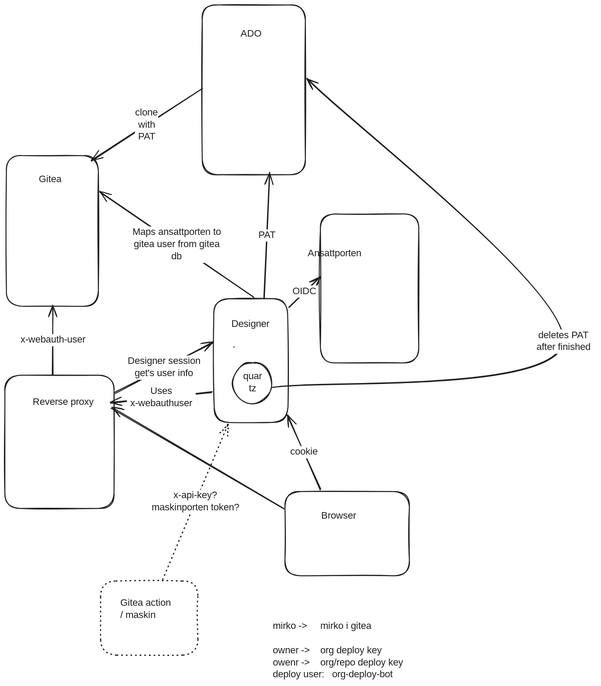
Before: docs/diagrams/proxy-architecture.excalidraw.svg, a diagram exported from Excalidraw (Altinn/altinn-studio). Source tidied: one line per element, renumbered; positions are measured from the earlier drawing's top-left corner, leaving out a move shared by most shapes. Its diagram source:
```json
{"id": 0, "type": "rectangle", "strokeColor": "#1e1e1e", "angle": 6.28, "strokeWidth": 2, "roughness": 1, "round": true, "x": 430, "y": 605, "width": 152, "height": 255}
{"id": 1, "type": "rectangle", "strokeColor": "#1e1e1e", "strokeWidth": 2, "roughness": 1, "round": true, "x": 649, "y": 430, "width": 202, "height": 306}
{"id": 2, "type": "rectangle", "strokeColor": "#1e1e1e", "strokeWidth": 2, "roughness": 1, "round": true, "x": 3, "y": 310, "width": 189, "height": 310}
{"id": 3, "type": "rectangle", "strokeColor": "#1e1e1e", "strokeWidth": 2, "strokeStyle": "dotted", "roughness": 1, "round": true, "x": 197, "y": 1186, "width": 200, "height": 153}
{"id": 4, "type": "rectangle", "strokeColor": "#1e1e1e", "strokeWidth": 2, "roughness": 1, "round": true, "x": 576, "y": 1001, "width": 256, "height": 173}
{"id": 5, "type": "rectangle", "strokeColor": "#1e1e1e", "angle": 6.28, "strokeWidth": 2, "roughness": 1, "round": true, "x": 472, "y": 704, "width": 0, "height": 0}
{"id": 6, "type": "text", "text": "Ansattporten", "strokeColor": "#1e1e1e", "strokeWidth": 2, "roughness": 1, "fontSize": 20, "fontFamily": 5, "x": 623, "y": 500, "width": 132, "height": 25}
{"id": 7, "type": "text", "text": "Designer", "strokeColor": "#1e1e1e", "angle": 6.28, "strokeWidth": 2, "roughness": 1, "fontSize": 20, "fontFamily": 5, "x": 466, "y": 645, "width": 83, "height": 25}
{"id": 8, "type": "text", "text": "Gitea", "strokeColor": "#1e1e1e", "strokeWidth": 2, "roughness": 1, "fontSize": 20, "fontFamily": 5, "x": 70, "y": 347, "width": 54, "height": 25}
{"id": 9, "type": "text", "text": "Browser", "strokeColor": "#1e1e1e", "strokeWidth": 2, "roughness": 1, "fontSize": 20, "fontFamily": 5, "x": 651, "y": 1040, "width": 79, "height": 25}
{"id": 10, "type": "text", "text": "Gitea action\n/ maskin", "strokeColor": "#1e1e1e", "strokeWidth": 2, "roughness": 1, "fontSize": 20, "fontFamily": 5, "x": 237, "y": 1219, "width": 122, "height": 50}
{"id": 11, "type": "arrow", "strokeColor": "#1e1e1e", "strokeWidth": 2, "roughness": 1, "endArrowhead": "arrow", "round": true, "from": 0, "to": 1, "x": 585, "y": 622, "width": 64, "height": 63, "points": [[0, 0], [64, -63]]}
{"id": 12, "type": "text", "text": "OIDC", "strokeColor": "#1e1e1e", "strokeWidth": 2, "roughness": 1, "fontSize": 20, "fontFamily": 5, "textAlign": "center", "verticalAlign": "middle", "inside": 11, "x": 566, "y": 595, "width": 54, "height": 25}
{"id": 13, "type": "arrow", "strokeColor": "#1e1e1e", "strokeWidth": 2, "roughness": 1, "endArrowhead": "arrow", "round": true, "from": 4, "to": 0, "x": 650, "y": 997, "width": 69, "height": 153, "points": [[0, 0], [-69, -153]]}
{"id": 14, "type": "text", "text": "cookie", "strokeColor": "#1e1e1e", "strokeWidth": 2, "roughness": 1, "fontSize": 20, "fontFamily": 5, "textAlign": "center", "verticalAlign": "middle", "inside": 13, "x": 547, "y": 907, "width": 60, "height": 25}
{"id": 15, "type": "rectangle", "strokeColor": "#1e1e1e", "strokeWidth": 2, "roughness": 1, "round": true, "x": 0, "y": 762, "width": 225, "height": 274}
{"id": 16, "type": "text", "text": "Reverse proxy", "strokeColor": "#1e1e1e", "strokeWidth": 2, "roughness": 1, "fontSize": 20, "fontFamily": 5, "x": 58, "y": 805, "width": 138, "height": 25}
{"id": 17, "type": "arrow", "strokeColor": "#1e1e1e", "strokeWidth": 2, "roughness": 1, "endArrowhead": "arrow", "round": true, "from": 0, "to": 2, "x": 512, "y": 602, "width": 317, "height": 218, "points": [[0, 0], [-317, -218]]}
{"id": 18, "type": "text", "text": "Maps ansattporten to\ngitea user from gitea\ndb", "strokeColor": "#1e1e1e", "strokeWidth": 2, "roughness": 1, "fontSize": 20, "fontFamily": 5, "textAlign": "center", "verticalAlign": "middle", "inside": 17, "x": 238, "y": 446, "width": 218, "height": 75}
{"id": 19, "type": "arrow", "strokeColor": "#1e1e1e", "strokeWidth": 2, "roughness": 1, "endArrowhead": "arrow", "round": true, "from": 4, "to": 15, "x": 573, "y": 1037, "width": 354, "height": 208, "points": [[0, 0], [-354, -208]]}
{"id": 20, "type": "arrow", "strokeColor": "#1e1e1e", "strokeWidth": 2, "roughness": 1, "endArrowhead": "arrow", "round": true, "from": 15, "to": 0, "x": 226, "y": 799, "width": 204, "height": 104, "points": [[0, 0], [204, -104]]}
{"id": 21, "type": "text", "text": "Designer session\nget's user info", "strokeColor": "#1e1e1e", "strokeWidth": 2, "roughness": 1, "fontSize": 20, "fontFamily": 5, "textAlign": "center", "verticalAlign": "middle", "inside": 20, "x": 247, "y": 722, "width": 161, "height": 50}
{"id": 22, "type": "arrow", "strokeColor": "#1e1e1e", "strokeWidth": 2, "roughness": 1, "endArrowhead": "arrow", "round": true, "from": 15, "to": 2, "x": 99, "y": 760, "width": 0, "height": 141, "points": [[0, 0], [0, -141]]}
{"id": 23, "type": "text", "text": "x-webauth-user", "strokeColor": "#1e1e1e", "strokeWidth": 2, "roughness": 1, "fontSize": 20, "fontFamily": 5, "textAlign": "center", "verticalAlign": "middle", "inside": 22, "x": 24, "y": 677, "width": 150, "height": 25}
{"id": 24, "type": "arrow", "strokeColor": "#1e1e1e", "strokeWidth": 2, "strokeStyle": "dotted", "roughness": 1, "endArrowhead": "arrow", "round": true, "from": 3, "to": 0, "x": 325, "y": 1183, "width": 133, "height": 321, "points": [[0, 0], [133, -321]]}
{"id": 25, "type": "text", "text": "x-api-key?\nmaskinporten token?", "strokeColor": "#1e1e1e", "strokeWidth": 2, "roughness": 1, "fontSize": 20, "fontFamily": 5, "textAlign": "center", "verticalAlign": "middle", "inside": 24, "x": 292, "y": 990, "width": 198, "height": 50}
{"id": 26, "type": "text", "text": "mirko ->     mirko i gitea\n\nowner ->    org deploy key\nowenr ->    org/repo deploy key\ndeploy user:   org-deploy-bot", "strokeColor": "#1e1e1e", "strokeWidth": 2, "strokeStyle": "dotted", "roughness": 1, "fontSize": 20, "fontFamily": 5, "x": 552, "y": 1267, "width": 306, "height": 125}
{"id": 27, "type": "rectangle", "strokeColor": "#1e1e1e", "strokeWidth": 2, "roughness": 1, "round": true, "x": 406, "y": 0, "width": 212, "height": 349}
{"id": 28, "type": "text", "text": "ADO", "strokeColor": "#1e1e1e", "strokeWidth": 2, "roughness": 1, "fontSize": 20, "fontFamily": 5, "x": 485, "y": 47, "width": 44, "height": 25}
{"id": 29, "type": "arrow", "strokeColor": "#1e1e1e", "strokeWidth": 2, "roughness": 1, "endArrowhead": "arrow", "round": true, "from": 0, "to": 27, "x": 533, "y": 604, "width": 12, "height": 259, "points": [[0, 0], [12, -259]]}
{"id": 30, "type": "text", "text": "PAT", "strokeColor": "#1e1e1e", "strokeWidth": 2, "roughness": 1, "fontSize": 20, "fontFamily": 5, "textAlign": "center", "verticalAlign": "middle", "inside": 29, "x": 518, "y": 462, "width": 42, "height": 25}
{"id": 31, "type": "ellipse", "strokeColor": "#1e1e1e", "strokeWidth": 2, "roughness": 1, "round": true, "x": 469, "y": 735, "width": 81, "height": 85}
{"id": 32, "type": "text", "text": "quar\ntz", "strokeColor": "#1e1e1e", "strokeWidth": 2, "roughness": 1, "fontSize": 20, "fontFamily": 5, "textAlign": "center", "verticalAlign": "middle", "inside": 31, "x": 489, "y": 753, "width": 41, "height": 50}
{"id": 33, "type": "arrow", "strokeColor": "#1e1e1e", "strokeWidth": 2, "roughness": 1, "endArrowhead": "arrow", "round": true, "from": 31, "to": 27, "x": 551, "y": 787, "width": 599, "height": 635, "points": [[0, 0], [599, -94], [71, -635]]}
{"id": 34, "type": "text", "text": "deletes PAT\nafter finished", "strokeColor": "#1e1e1e", "strokeWidth": 2, "roughness": 1, "fontSize": 20, "fontFamily": 5, "textAlign": "center", "verticalAlign": "middle", "inside": 33, "x": 1082, "y": 668, "width": 135, "height": 50}
{"id": 35, "type": "arrow", "strokeColor": "#1e1e1e", "strokeWidth": 2, "roughness": 1, "endArrowhead": "arrow", "round": true, "from": 27, "to": 2, "x": 406, "y": 173, "width": 229, "height": 148, "points": [[0, 0], [-229, 148]]}
{"id": 36, "type": "text", "text": "clone\nwith\nPAT", "strokeColor": "#1e1e1e", "strokeWidth": 2, "roughness": 1, "fontSize": 20, "fontFamily": 5, "textAlign": "center", "verticalAlign": "middle", "inside": 35, "x": 268, "y": 210, "width": 48, "height": 75}
{"id": 37, "type": "arrow", "strokeColor": "#1e1e1e", "strokeWidth": 2, "roughness": 1, "endArrowhead": "arrow", "round": true, "from": 0, "to": 15, "x": 427, "y": 797, "width": 209, "height": 23, "points": [[0, 0], [-209, 23]]}
{"id": 38, "type": "text", "text": "Uses\nx-webauthuser", "strokeColor": "#1e1e1e", "strokeWidth": 2, "roughness": 1, "fontSize": 20, "fontFamily": 5, "textAlign": "center", "verticalAlign": "middle", "inside": 37, "x": 251, "y": 783, "width": 141, "height": 50}
```
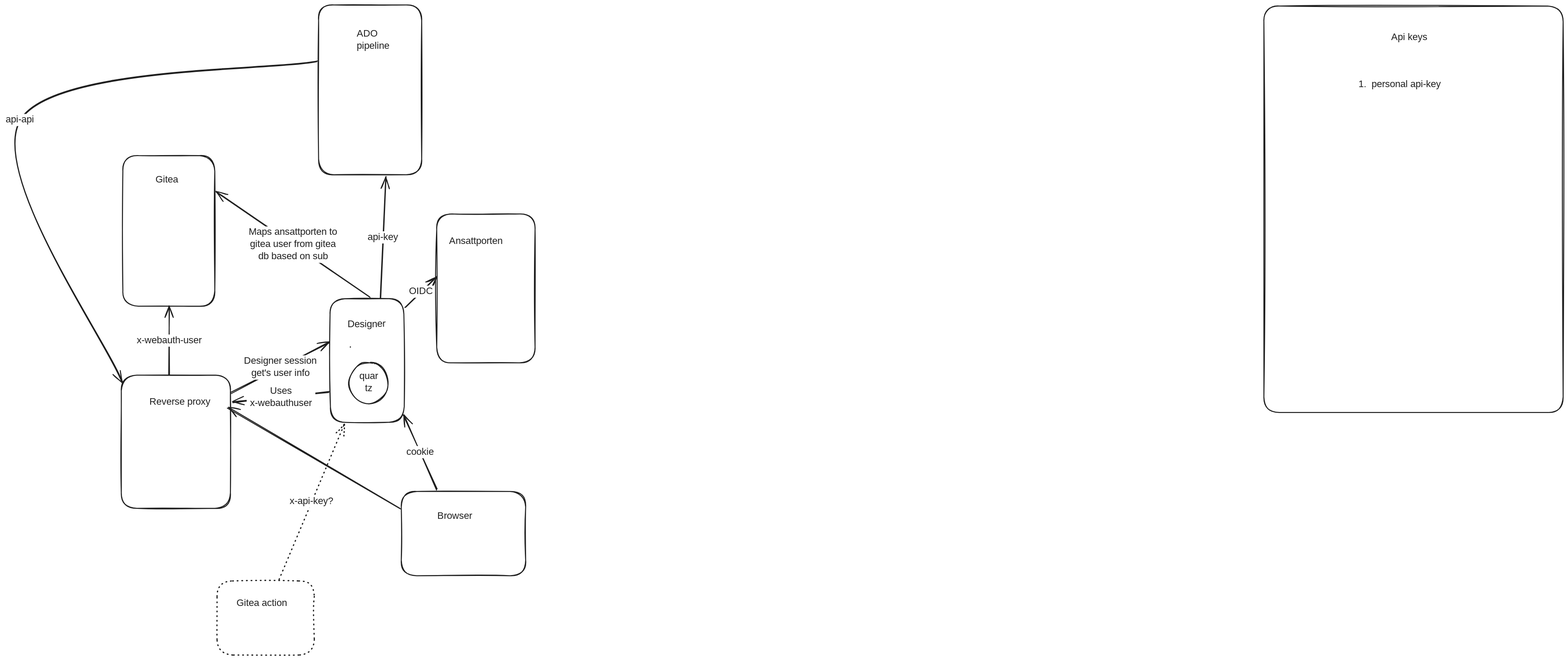
Above is the later version.

Change to the diagram source:
```diff
@@ -4,11 +4,11 @@
 {"id": 3, "type": "rectangle", "strokeColor": "#1e1e1e", "strokeWidth": 2, "strokeStyle": "dotted", "roughness": 1, "round": true, "x": 197, "y": 1186, "width": 200, "height": 153}
 {"id": 4, "type": "rectangle", "strokeColor": "#1e1e1e", "strokeWidth": 2, "roughness": 1, "round": true, "x": 576, "y": 1001, "width": 256, "height": 173}
 {"id": 5, "type": "rectangle", "strokeColor": "#1e1e1e", "angle": 6.28, "strokeWidth": 2, "roughness": 1, "round": true, "x": 472, "y": 704, "width": 0, "height": 0}
-{"id": 6, "type": "text", "text": "Ansattporten", "strokeColor": "#1e1e1e", "strokeWidth": 2, "roughness": 1, "fontSize": 20, "fontFamily": 5, "x": 623, "y": 500, "width": 132, "height": 25}
+{"id": 6, "type": "text", "text": "Ansattporten", "strokeColor": "#1e1e1e", "strokeWidth": 2, "roughness": 1, "fontSize": 20, "fontFamily": 5, "x": 675, "y": 474, "width": 132, "height": 25}
 {"id": 7, "type": "text", "text": "Designer", "strokeColor": "#1e1e1e", "angle": 6.28, "strokeWidth": 2, "roughness": 1, "fontSize": 20, "fontFamily": 5, "x": 466, "y": 645, "width": 83, "height": 25}
 {"id": 8, "type": "text", "text": "Gitea", "strokeColor": "#1e1e1e", "strokeWidth": 2, "roughness": 1, "fontSize": 20, "fontFamily": 5, "x": 70, "y": 347, "width": 54, "height": 25}
 {"id": 9, "type": "text", "text": "Browser", "strokeColor": "#1e1e1e", "strokeWidth": 2, "roughness": 1, "fontSize": 20, "fontFamily": 5, "x": 651, "y": 1040, "width": 79, "height": 25}
-{"id": 10, "type": "text", "text": "Gitea action\n/ maskin", "strokeColor": "#1e1e1e", "strokeWidth": 2, "roughness": 1, "fontSize": 20, "fontFamily": 5, "x": 237, "y": 1219, "width": 122, "height": 50}
+{"id": 10, "type": "text", "text": "Gitea action", "strokeColor": "#1e1e1e", "strokeWidth": 2, "roughness": 1, "fontSize": 20, "fontFamily": 5, "x": 237, "y": 1219, "width": 122, "height": 25}
 {"id": 11, "type": "arrow", "strokeColor": "#1e1e1e", "strokeWidth": 2, "roughness": 1, "endArrowhead": "arrow", "round": true, "from": 0, "to": 1, "x": 585, "y": 622, "width": 64, "height": 63, "points": [[0, 0], [64, -63]]}
 {"id": 12, "type": "text", "text": "OIDC", "strokeColor": "#1e1e1e", "strokeWidth": 2, "roughness": 1, "fontSize": 20, "fontFamily": 5, "textAlign": "center", "verticalAlign": "middle", "inside": 11, "x": 566, "y": 595, "width": 54, "height": 25}
 {"id": 13, "type": "arrow", "strokeColor": "#1e1e1e", "strokeWidth": 2, "roughness": 1, "endArrowhead": "arrow", "round": true, "from": 4, "to": 0, "x": 650, "y": 997, "width": 69, "height": 153, "points": [[0, 0], [-69, -153]]}
@@ -16,24 +16,24 @@
 {"id": 15, "type": "rectangle", "strokeColor": "#1e1e1e", "strokeWidth": 2, "roughness": 1, "round": true, "x": 0, "y": 762, "width": 225, "height": 274}
 {"id": 16, "type": "text", "text": "Reverse proxy", "strokeColor": "#1e1e1e", "strokeWidth": 2, "roughness": 1, "fontSize": 20, "fontFamily": 5, "x": 58, "y": 805, "width": 138, "height": 25}
 {"id": 17, "type": "arrow", "strokeColor": "#1e1e1e", "strokeWidth": 2, "roughness": 1, "endArrowhead": "arrow", "round": true, "from": 0, "to": 2, "x": 512, "y": 602, "width": 317, "height": 218, "points": [[0, 0], [-317, -218]]}
-{"id": 18, "type": "text", "text": "Maps ansattporten to\ngitea user from gitea\ndb", "strokeColor": "#1e1e1e", "strokeWidth": 2, "roughness": 1, "fontSize": 20, "fontFamily": 5, "textAlign": "center", "verticalAlign": "middle", "inside": 17, "x": 238, "y": 446, "width": 218, "height": 75}
+{"id": 18, "type": "text", "text": "Maps ansattporten to\ngitea user from gitea\ndb based on sub", "strokeColor": "#1e1e1e", "strokeWidth": 2, "roughness": 1, "fontSize": 20, "fontFamily": 5, "textAlign": "center", "verticalAlign": "middle", "inside": 17, "x": 245, "y": 456, "width": 218, "height": 75}
 {"id": 19, "type": "arrow", "strokeColor": "#1e1e1e", "strokeWidth": 2, "roughness": 1, "endArrowhead": "arrow", "round": true, "from": 4, "to": 15, "x": 573, "y": 1037, "width": 354, "height": 208, "points": [[0, 0], [-354, -208]]}
-{"id": 20, "type": "arrow", "strokeColor": "#1e1e1e", "strokeWidth": 2, "roughness": 1, "endArrowhead": "arrow", "round": true, "from": 15, "to": 0, "x": 226, "y": 799, "width": 204, "height": 104, "points": [[0, 0], [204, -104]]}
+{"id": 20, "type": "arrow", "strokeColor": "#1e1e1e", "strokeWidth": 2, "roughness": 1, "endArrowhead": "arrow", "round": true, "from": 15, "to": 0, "x": 225, "y": 799, "width": 204, "height": 105, "points": [[0, 0], [204, -105]]}
-{"id": 21, "type": "text", "text": "Designer session\nget's user info", "strokeColor": "#1e1e1e", "strokeWidth": 2, "roughness": 1, "fontSize": 20, "fontFamily": 5, "textAlign": "center", "verticalAlign": "middle", "inside": 20, "x": 247, "y": 722, "width": 161, "height": 50}
+{"id": 21, "type": "text", "text": "Designer session\nget's user info", "strokeColor": "#1e1e1e", "strokeWidth": 2, "roughness": 1, "fontSize": 20, "fontFamily": 5, "textAlign": "center", "verticalAlign": "middle", "inside": 20, "x": 247, "y": 721, "width": 161, "height": 50}
-{"id": 22, "type": "arrow", "strokeColor": "#1e1e1e", "strokeWidth": 2, "roughness": 1, "endArrowhead": "arrow", "round": true, "from": 15, "to": 2, "x": 99, "y": 760, "width": 0, "height": 141, "points": [[0, 0], [0, -141]]}
+{"id": 22, "type": "arrow", "strokeColor": "#1e1e1e", "strokeWidth": 2, "roughness": 1, "endArrowhead": "arrow", "round": true, "from": 15, "to": 2, "x": 99, "y": 761, "width": 0, "height": 140, "points": [[0, 0], [0, -140]]}
-{"id": 23, "type": "text", "text": "x-webauth-user", "strokeColor": "#1e1e1e", "strokeWidth": 2, "roughness": 1, "fontSize": 20, "fontFamily": 5, "textAlign": "center", "verticalAlign": "middle", "inside": 22, "x": 24, "y": 677, "width": 150, "height": 25}
+{"id": 23, "type": "text", "text": "x-webauth-user", "strokeColor": "#1e1e1e", "strokeWidth": 2, "roughness": 1, "fontSize": 20, "fontFamily": 5, "textAlign": "center", "verticalAlign": "middle", "inside": 22, "x": 24, "y": 678, "width": 150, "height": 25}
 {"id": 24, "type": "arrow", "strokeColor": "#1e1e1e", "strokeWidth": 2, "strokeStyle": "dotted", "roughness": 1, "endArrowhead": "arrow", "round": true, "from": 3, "to": 0, "x": 325, "y": 1183, "width": 133, "height": 321, "points": [[0, 0], [133, -321]]}
-{"id": 25, "type": "text", "text": "x-api-key?\nmaskinporten token?", "strokeColor": "#1e1e1e", "strokeWidth": 2, "roughness": 1, "fontSize": 20, "fontFamily": 5, "textAlign": "center", "verticalAlign": "middle", "inside": 24, "x": 292, "y": 990, "width": 198, "height": 50}
+{"id": 25, "type": "text", "text": "x-api-key?", "strokeColor": "#1e1e1e", "strokeWidth": 2, "roughness": 1, "fontSize": 20, "fontFamily": 5, "textAlign": "center", "verticalAlign": "middle", "inside": 24, "x": 344, "y": 1010, "width": 97, "height": 25}
-{"id": 26, "type": "text", "text": "mirko ->     mirko i gitea\n\nowner ->    org deploy key\nowenr ->    org/repo deploy key\ndeploy user:   org-deploy-bot", "strokeColor": "#1e1e1e", "strokeWidth": 2, "strokeStyle": "dotted", "roughness": 1, "fontSize": 20, "fontFamily": 5, "x": 552, "y": 1267, "width": 306, "height": 125}
 {"id": 27, "type": "rectangle", "strokeColor": "#1e1e1e", "strokeWidth": 2, "roughness": 1, "round": true, "x": 406, "y": 0, "width": 212, "height": 349}
-{"id": 28, "type": "text", "text": "ADO", "strokeColor": "#1e1e1e", "strokeWidth": 2, "roughness": 1, "fontSize": 20, "fontFamily": 5, "x": 485, "y": 47, "width": 44, "height": 25}
+{"id": 28, "type": "text", "text": "ADO\npipeline", "strokeColor": "#1e1e1e", "strokeWidth": 2, "roughness": 1, "fontSize": 20, "fontFamily": 5, "x": 484, "y": 47, "width": 68, "height": 50}
-{"id": 29, "type": "arrow", "strokeColor": "#1e1e1e", "strokeWidth": 2, "roughness": 1, "endArrowhead": "arrow", "round": true, "from": 0, "to": 27, "x": 533, "y": 604, "width": 12, "height": 259, "points": [[0, 0], [12, -259]]}
+{"id": 29, "type": "arrow", "strokeColor": "#1e1e1e", "strokeWidth": 2, "roughness": 1, "endArrowhead": "arrow", "round": true, "from": 0, "to": 27, "x": 533, "y": 604, "width": 12, "height": 250, "points": [[0, 0], [12, -250]]}
-{"id": 30, "type": "text", "text": "PAT", "strokeColor": "#1e1e1e", "strokeWidth": 2, "roughness": 1, "fontSize": 20, "fontFamily": 5, "textAlign": "center", "verticalAlign": "middle", "inside": 29, "x": 518, "y": 462, "width": 42, "height": 25}
+{"id": 30, "type": "text", "text": "api-key", "strokeColor": "#1e1e1e", "strokeWidth": 2, "roughness": 1, "fontSize": 20, "fontFamily": 5, "textAlign": "center", "verticalAlign": "middle", "inside": 29, "x": 505, "y": 466, "width": 67, "height": 25}
 {"id": 31, "type": "ellipse", "strokeColor": "#1e1e1e", "strokeWidth": 2, "roughness": 1, "round": true, "x": 469, "y": 735, "width": 81, "height": 85}
 {"id": 32, "type": "text", "text": "quar\ntz", "strokeColor": "#1e1e1e", "strokeWidth": 2, "roughness": 1, "fontSize": 20, "fontFamily": 5, "textAlign": "center", "verticalAlign": "middle", "inside": 31, "x": 489, "y": 753, "width": 41, "height": 50}
-{"id": 33, "type": "arrow", "strokeColor": "#1e1e1e", "strokeWidth": 2, "roughness": 1, "endArrowhead": "arrow", "round": true, "from": 31, "to": 27, "x": 551, "y": 787, "width": 599, "height": 635, "points": [[0, 0], [599, -94], [71, -635]]}
-{"id": 34, "type": "text", "text": "deletes PAT\nafter finished", "strokeColor": "#1e1e1e", "strokeWidth": 2, "roughness": 1, "fontSize": 20, "fontFamily": 5, "textAlign": "center", "verticalAlign": "middle", "inside": 33, "x": 1082, "y": 668, "width": 135, "height": 50}
-{"id": 35, "type": "arrow", "strokeColor": "#1e1e1e", "strokeWidth": 2, "roughness": 1, "endArrowhead": "arrow", "round": true, "from": 27, "to": 2, "x": 406, "y": 173, "width": 229, "height": 148, "points": [[0, 0], [-229, 148]]}
+{"id": 35, "type": "arrow", "strokeColor": "#1e1e1e", "strokeWidth": 2, "roughness": 1, "endArrowhead": "arrow", "round": true, "from": 27, "to": 15, "x": 403, "y": 117, "width": 612, "height": 659, "points": [[0, 0], [-612, 120], [-400, 659]]}
-{"id": 36, "type": "text", "text": "clone\nwith\nPAT", "strokeColor": "#1e1e1e", "strokeWidth": 2, "roughness": 1, "fontSize": 20, "fontFamily": 5, "textAlign": "center", "verticalAlign": "middle", "inside": 35, "x": 268, "y": 210, "width": 48, "height": 75}
+{"id": 36, "type": "text", "text": "api-api", "strokeColor": "#1e1e1e", "strokeWidth": 2, "roughness": 1, "fontSize": 20, "fontFamily": 5, "textAlign": "center", "verticalAlign": "middle", "inside": 35, "x": -240, "y": 224, "width": 62, "height": 25}
-{"id": 37, "type": "arrow", "strokeColor": "#1e1e1e", "strokeWidth": 2, "roughness": 1, "endArrowhead": "arrow", "round": true, "from": 0, "to": 15, "x": 427, "y": 797, "width": 209, "height": 23, "points": [[0, 0], [-209, 23]]}
+{"id": 37, "type": "arrow", "strokeColor": "#1e1e1e", "strokeWidth": 2, "roughness": 1, "endArrowhead": "arrow", "round": true, "from": 0, "to": 15, "x": 428, "y": 797, "width": 199, "height": 22, "points": [[0, 0], [-199, 22]]}
-{"id": 38, "type": "text", "text": "Uses\nx-webauthuser", "strokeColor": "#1e1e1e", "strokeWidth": 2, "roughness": 1, "fontSize": 20, "fontFamily": 5, "textAlign": "center", "verticalAlign": "middle", "inside": 37, "x": 251, "y": 783, "width": 141, "height": 50}
+{"id": 38, "type": "text", "text": "Uses\nx-webauthuser", "strokeColor": "#1e1e1e", "strokeWidth": 2, "roughness": 1, "fontSize": 20, "fontFamily": 5, "textAlign": "center", "verticalAlign": "middle", "inside": 37, "x": 258, "y": 783, "width": 141, "height": 50}
+{"id": 39, "type": "rectangle", "strokeColor": "#1e1e1e", "strokeWidth": 2, "roughness": 1, "round": true, "x": 2353, "y": 2, "width": 616, "height": 837}
+{"id": 40, "type": "text", "text": "Api keys\n", "strokeColor": "#1e1e1e", "strokeWidth": 2, "roughness": 1, "fontSize": 20, "fontFamily": 5, "x": 2615, "y": 55, "width": 80, "height": 50}
+{"id": 41, "type": "text", "text": "1.  personal api-key", "strokeColor": "#1e1e1e", "strokeWidth": 2, "roughness": 1, "fontSize": 20, "fontFamily": 5, "x": 2547, "y": 151, "width": 184, "height": 25}
```
